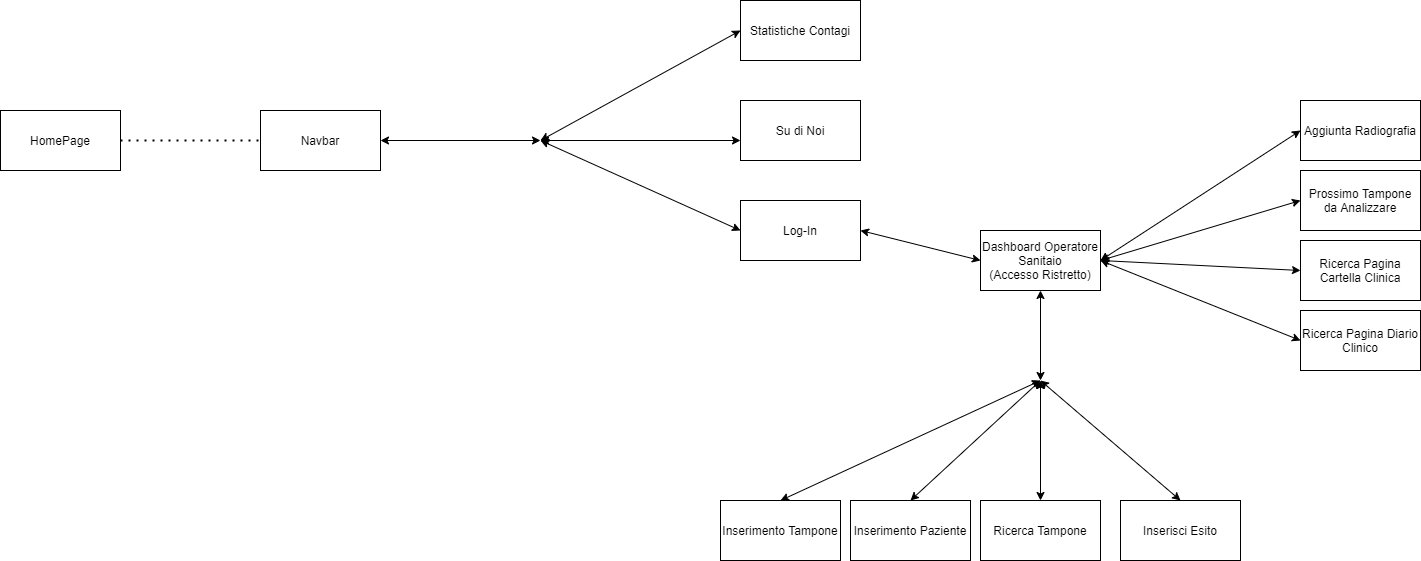
This is Diagrammi/Diagramma di Navigazione/NavDiagram.png from lorycris99/Team-HILO, a draw.io export, as it was before one commit. Source tidied: cells renumbered, new cells last; positions are measured from the earlier drawing's top-left corner, leaving out a move shared by most shapes.
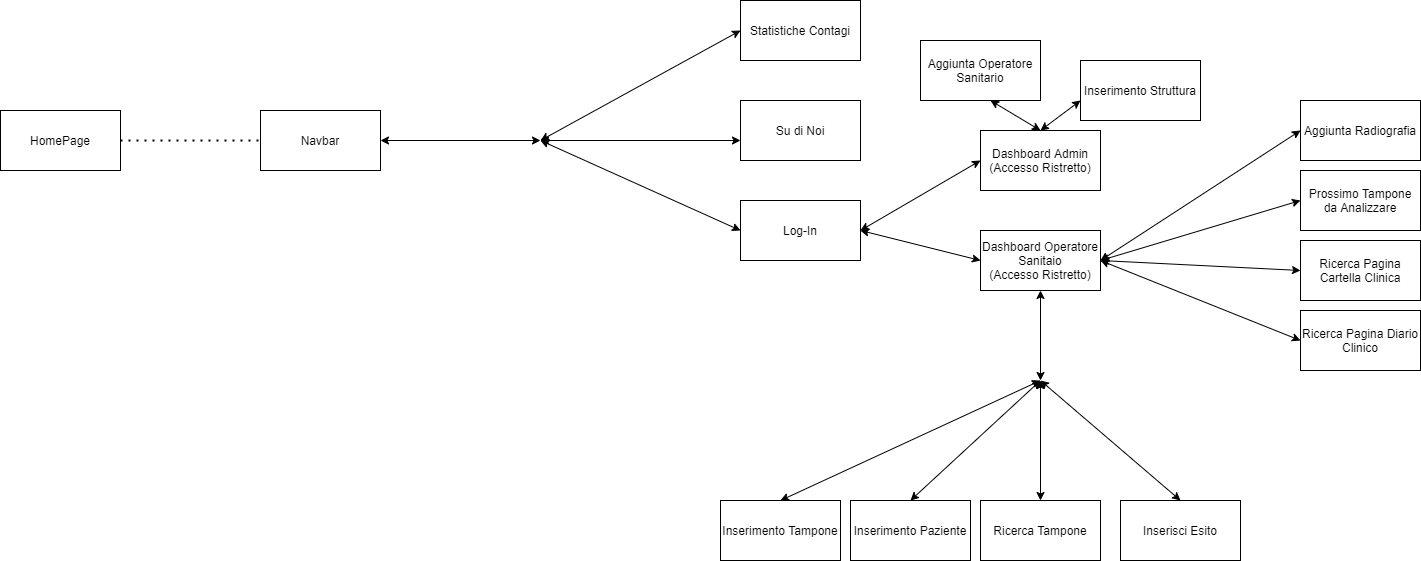
After the commit.

Diff of the diagram source:
```diff
@@ -112,5 +112,27 @@
         <mxPoint x="1040" y="380" as="targetPoint" />
       </mxGeometry>
     </mxCell>
+    <mxCell id="31" style="endArrow=classic;startArrow=classic;html=1;exitX=1;exitY=0.5;exitDx=0;exitDy=0;entryX=0;entryY=0.5;entryDx=0;entryDy=0;" parent="1" edge="1" source="9" target="32">
+      <mxGeometry relative="1" as="geometry" />
+    </mxCell>
+    <mxCell id="32" value="Dashboard Admin&lt;br&gt;(Accesso Ristretto)" style="rounded=0;whiteSpace=wrap;html=1;" parent="1" vertex="1">
+      <mxGeometry x="980" y="130" width="120" height="60" as="geometry" />
+    </mxCell>
+    <mxCell id="33" style="endArrow=classic;startArrow=classic;html=1;exitX=0.5;exitY=0;exitDx=0;exitDy=0;" parent="1" edge="1" source="32">
+      <mxGeometry relative="1" as="geometry">
+        <mxPoint x="1080" y="100" as="targetPoint" />
+      </mxGeometry>
+    </mxCell>
+    <mxCell id="34" value="Inserimento Struttura" style="rounded=0;whiteSpace=wrap;html=1;" parent="1" vertex="1">
+      <mxGeometry x="1080" y="60" width="120" height="60" as="geometry" />
+    </mxCell>
+    <mxCell id="35" style="endArrow=classic;startArrow=classic;html=1;exitX=0.5;exitY=0;exitDx=0;exitDy=0;" parent="1" edge="1" source="32">
+      <mxGeometry relative="1" as="geometry">
+        <mxPoint x="990" y="100" as="targetPoint" />
+      </mxGeometry>
+    </mxCell>
+    <mxCell id="36" value="Aggiunta Operatore Sanitario" style="rounded=0;whiteSpace=wrap;html=1;" parent="1" vertex="1">
+      <mxGeometry x="920" y="40" width="120" height="60" as="geometry" />
+    </mxCell>
   </root>
 </mxGraphModel>
```
